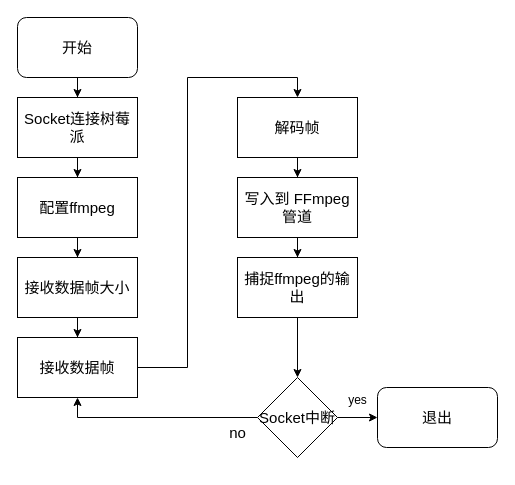
This is PC服务器设计.drawio from niusama2/papper_chart, a draw.io file, before an edit. Source tidied: cells renumbered, new cells numbered last; positions are measured from the earlier drawing's top-left corner, leaving out a move shared by most shapes. Both pictures are drawn from the tidied source at 100%, with x=0, y=0 at pixel (17, 17).
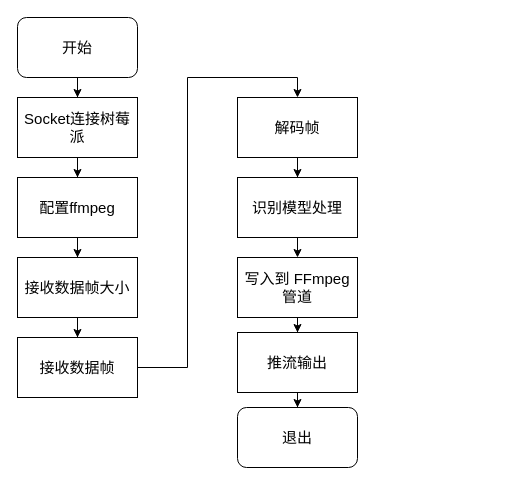
The same diagram, later.

Commit message (it also covers changes not shown here):
更新PC服务器设计.drawio

The change refers to these unchanged cells:
```xml
<mxCell id="11" value="接收数据帧" style="rounded=0;whiteSpace=wrap;html=1;fontSize=15;" parent="1" vertex="1">
  <mxGeometry y="320" width="120" height="60" as="geometry" />
</mxCell>
<mxCell id="13" value="解码帧" style="rounded=0;whiteSpace=wrap;html=1;fontSize=15;" parent="1" vertex="1">
  <mxGeometry x="220" y="80" width="120" height="60" as="geometry" />
</mxCell>
```

What changed in the source:
```diff
@@
-    <mxCell id="12" style="edgeStyle=orthogonalEdgeStyle;rounded=0;jettySize=auto;html=1;exitX=0.5;exitY=1;exitDx=0;exitDy=0;fontSize=15;" parent="1" edge="1" source="13" target="15">
-      <mxGeometry relative="1" as="geometry" />
-    </mxCell>
+    <mxCell id="24" style="edgeStyle=orthogonalEdgeStyle;rounded=0;jettySize=auto;html=1;exitX=0.5;exitY=1;exitDx=0;exitDy=0;fontSize=15;" parent="1" edge="1" source="13" target="26">
+      <mxGeometry relative="1" as="geometry" />
+    </mxCell>
@@
-    <mxCell id="14" style="edgeStyle=orthogonalEdgeStyle;rounded=0;jettySize=auto;html=1;exitX=0.5;exitY=1;exitDx=0;exitDy=0;fontSize=15;" parent="1" edge="1" source="15" target="17">
-      <mxGeometry relative="1" as="geometry" />
-    </mxCell>
+    <mxCell id="25" style="edgeStyle=orthogonalEdgeStyle;rounded=0;jettySize=auto;html=1;exitX=0.5;exitY=1;exitDx=0;exitDy=0;fontSize=15;entryX=0.5;entryY=0;entryDx=0;entryDy=0;" parent="1" edge="1" source="26" target="15">
+      <mxGeometry relative="1" as="geometry" />
+    </mxCell>
+    <mxCell id="26" value="识别模型处理" style="rounded=0;whiteSpace=wrap;html=1;fontSize=15;" parent="1" vertex="1">
+      <mxGeometry x="220" y="160" width="120" height="60" as="geometry" />
+    </mxCell>
+    <mxCell id="27" style="edgeStyle=orthogonalEdgeStyle;rounded=0;jettySize=auto;html=1;exitX=0.5;exitY=1;exitDx=0;exitDy=0;fontSize=15;" parent="1" edge="1" source="15" target="29">
+      <mxGeometry relative="1" as="geometry" />
+    </mxCell>
-    <mxCell id="15" value="写入到 FFmpeg 管道" style="rounded=0;whiteSpace=wrap;html=1;fontSize=15;" parent="1" vertex="1">
-      <mxGeometry x="220" y="160" width="120" height="60" as="geometry" />
+    <mxCell id="15" value="&lt;span&gt;写入到 FFmpeg 管道&lt;/span&gt;" style="rounded=0;whiteSpace=wrap;html=1;fontSize=15;" parent="1" vertex="1">
+      <mxGeometry x="220" y="240" width="120" height="60" as="geometry" />
     </mxCell>
-    <mxCell id="16" style="edgeStyle=orthogonalEdgeStyle;rounded=0;jettySize=auto;html=1;exitX=0.5;exitY=1;exitDx=0;exitDy=0;entryX=0.5;entryY=0;entryDx=0;entryDy=0;fontSize=15;" parent="1" edge="1" source="17" target="20">
-      <mxGeometry relative="1" as="geometry" />
-    </mxCell>
-    <mxCell id="17" value="捕捉ffmpeg的输出" style="rounded=0;whiteSpace=wrap;html=1;fontSize=15;" parent="1" vertex="1">
-      <mxGeometry x="220" y="240" width="120" height="60" as="geometry" />
-    </mxCell>
-    <mxCell id="18" style="edgeStyle=orthogonalEdgeStyle;rounded=0;jettySize=auto;html=1;exitX=0;exitY=0.5;exitDx=0;exitDy=0;entryX=0.5;entryY=1;entryDx=0;entryDy=0;fontSize=15;" parent="1" edge="1" source="20" target="11">
-      <mxGeometry relative="1" as="geometry" />
-    </mxCell>
-    <mxCell id="19" style="edgeStyle=orthogonalEdgeStyle;rounded=0;jettySize=auto;html=1;exitX=1;exitY=0.5;exitDx=0;exitDy=0;entryX=0;entryY=0.5;entryDx=0;entryDy=0;fontSize=15;" parent="1" edge="1" source="20" target="22">
-      <mxGeometry relative="1" as="geometry" />
-    </mxCell>
-    <mxCell id="20" value="Socket中断" style="rhombus;whiteSpace=wrap;html=1;fontSize=15;" parent="1" vertex="1">
-      <mxGeometry x="240" y="360" width="80" height="80" as="geometry" />
-    </mxCell>
-    <mxCell id="21" value="no" style="text;html=1;align=center;verticalAlign=middle;strokeColor=none;fillColor=none;fontSize=15;" parent="1" vertex="1">
-      <mxGeometry x="200" y="400" width="40" height="30" as="geometry" />
-    </mxCell>
+    <mxCell id="28" style="edgeStyle=orthogonalEdgeStyle;rounded=0;jettySize=auto;html=1;exitX=0.5;exitY=1;exitDx=0;exitDy=0;fontSize=15;" parent="1" edge="1" source="29" target="22">
+      <mxGeometry relative="1" as="geometry" />
+    </mxCell>
+    <mxCell id="29" value="推流输出" style="rounded=0;whiteSpace=wrap;html=1;fontSize=15;" parent="1" vertex="1">
+      <mxGeometry x="220" y="315" width="120" height="60" as="geometry" />
+    </mxCell>
     <mxCell id="22" value="退出" style="rounded=1;whiteSpace=wrap;html=1;fontSize=15;" parent="1" vertex="1">
-      <mxGeometry x="360" y="370" width="120" height="60" as="geometry" />
+      <mxGeometry x="220" y="390" width="120" height="60" as="geometry" />
     </mxCell>
-    <mxCell id="23" value="yes" style="text;html=1;align=center;verticalAlign=middle;strokeColor=none;fillColor=none;" parent="1" vertex="1">
-      <mxGeometry x="320" y="368" width="40" height="30" as="geometry" />
-    </mxCell>
```
